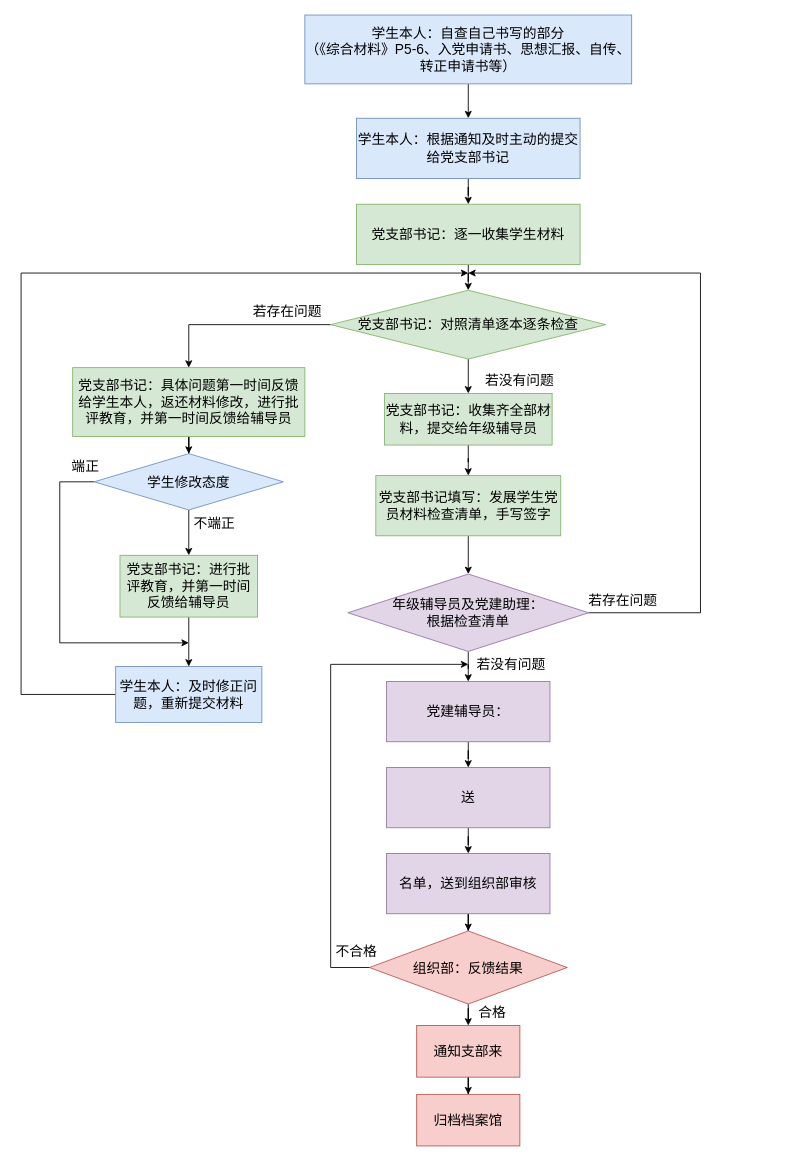
Earlier version of the draw.io diagram republic.drawio (Dong-J93/_pictures). Source tidied: cells renumbered, new cells numbered last; positions are measured from the earlier drawing's top-left corner, leaving out a move shared by most shapes. Both pictures are drawn from the tidied source at 86%, with x=0, y=0 at pixel (21, 15).
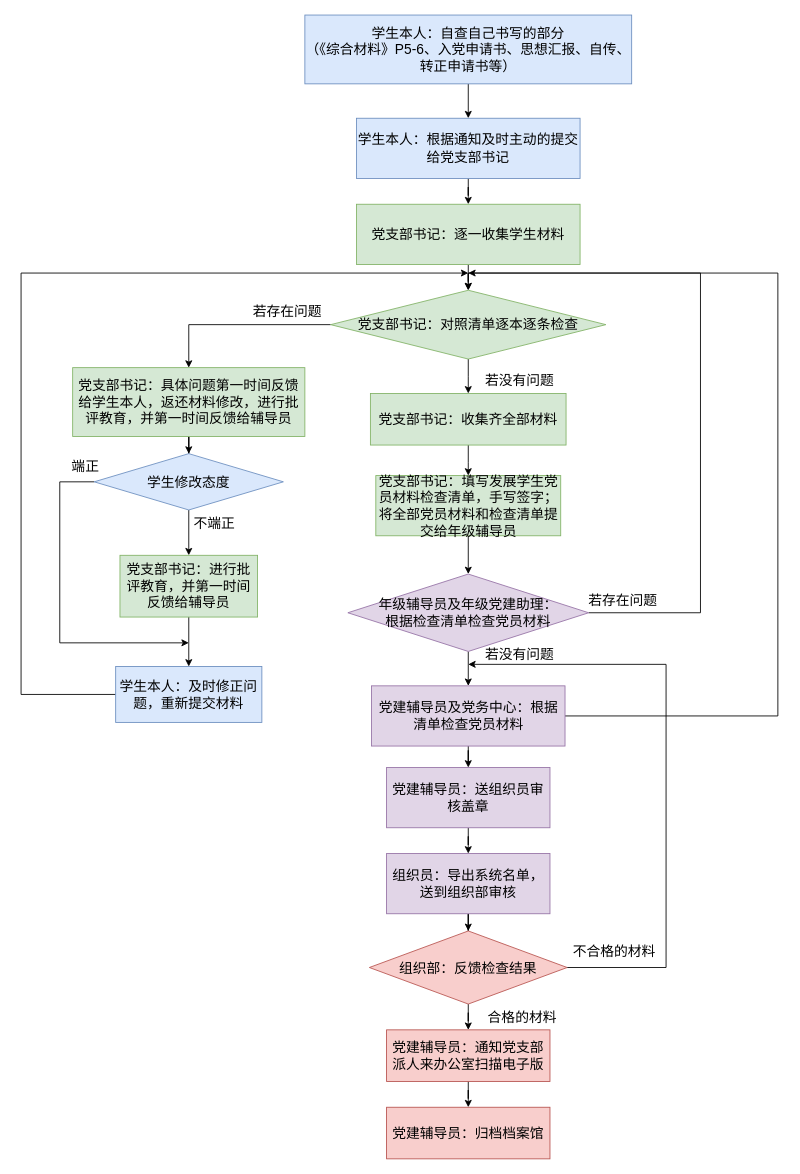
Above is the later version.

Unchanged cells that the change refers to:
```xml
<mxCell id="10" value="&lt;font style=&quot;font-size: 16px;&quot;&gt;党支部书记：对照清单逐本逐条检查&lt;/font&gt;" style="rhombus;whiteSpace=wrap;html=1;fillColor=#d5e8d4;strokeColor=#82b366;rounded=0;" parent="1" vertex="1">
  <mxGeometry x="360" y="320" width="320" height="80" as="geometry" />
</mxCell>
```

The edit, as a diff of the source:
```diff
@@
-    <mxCell id="13" value="&lt;font style=&quot;font-size: 16px;&quot;&gt;党支部书记：收集齐全部材料，提交给年级辅导员&lt;/font&gt;" style="whiteSpace=wrap;html=1;fillColor=#d5e8d4;strokeColor=#82b366;rounded=0;" parent="1" vertex="1">
-      <mxGeometry x="422.5" y="440" width="195" height="60" as="geometry" />
+    <mxCell id="13" value="&lt;font style=&quot;font-size: 16px;&quot;&gt;党支部书记：收集齐全部材料&lt;/font&gt;" style="whiteSpace=wrap;html=1;fillColor=#d5e8d4;strokeColor=#82b366;rounded=0;" parent="1" vertex="1">
+      <mxGeometry x="406.2" y="440" width="227.5" height="60" as="geometry" />
     </mxCell>
@@
-    <mxCell id="15" value="&lt;font style=&quot;font-size: 16px;&quot;&gt;党支部书记填写：发展学生党员材料检查清单，手写签字&lt;/font&gt;" style="whiteSpace=wrap;html=1;fillColor=#d5e8d4;strokeColor=#82b366;rounded=0;" parent="1" vertex="1">
+    <mxCell id="15" value="&lt;font style=&quot;font-size: 16px;&quot;&gt;党支部书记：填写发展学生党员材料检查清单，手写签字；将全部党员材料和检查清单提交给年级辅导员&lt;/font&gt;" style="whiteSpace=wrap;html=1;fillColor=#d5e8d4;strokeColor=#82b366;rounded=0;" parent="1" vertex="1">
       <mxGeometry x="412.5" y="535.5" width="215" height="70" as="geometry" />
     </mxCell>
@@
-    <mxCell id="17" style="edgeStyle=orthogonalEdgeStyle;rounded=0;jettySize=auto;html=1;exitX=1;exitY=0.5;exitDx=0;exitDy=0;" parent="1" edge="1" source="18">
+    <mxCell id="17" style="edgeStyle=orthogonalEdgeStyle;rounded=0;jettySize=auto;html=1;exitX=1;exitY=0.5;exitDx=0;exitDy=0;entryX=0.5;entryY=0;entryDx=0;entryDy=0;" parent="1" edge="1" source="18" target="10">
       <mxGeometry relative="1" as="geometry">
-        <mxPoint x="520" y="300" as="targetPoint" />
         <Array as="points">
           <mxPoint x="790" y="695" />
           <mxPoint x="790" y="300" />
+          <mxPoint x="520" y="300" />
         </Array>
       </mxGeometry>
     </mxCell>
-    <mxCell id="18" value="&lt;font style=&quot;font-size: 16px;&quot;&gt;年级辅导员及党建助理：&lt;br&gt;根据检查清单&lt;/font&gt;" style="rhombus;whiteSpace=wrap;html=1;fillColor=#e1d5e7;strokeColor=#9673a6;rounded=0;" parent="1" vertex="1">
+    <mxCell id="18" value="&lt;font style=&quot;font-size: 16px;&quot;&gt;年级辅导员及年级党建助理：&lt;br&gt;根据检查清单检查党员材料&lt;/font&gt;" style="rhombus;whiteSpace=wrap;html=1;fillColor=#e1d5e7;strokeColor=#9673a6;rounded=0;" parent="1" vertex="1">
       <mxGeometry x="380" y="650" width="280" height="90" as="geometry" />
     </mxCell>
@@
+    <mxCell id="47" style="edgeStyle=orthogonalEdgeStyle;rounded=0;jettySize=auto;html=1;exitX=1;exitY=0.5;exitDx=0;exitDy=0;" parent="1" edge="1" source="20">
+      <mxGeometry relative="1" as="geometry">
+        <mxPoint x="520" y="300" as="targetPoint" />
+        <Array as="points">
+          <mxPoint x="880" y="815" />
+          <mxPoint x="880" y="300" />
+        </Array>
+      </mxGeometry>
+    </mxCell>
-    <mxCell id="20" value="&lt;font style=&quot;font-size: 16px;&quot;&gt;党建辅导员：&lt;/font&gt;" style="whiteSpace=wrap;html=1;fillColor=#e1d5e7;strokeColor=#9673a6;rounded=0;" parent="1" vertex="1">
-      <mxGeometry x="425" y="775" width="190" height="70" as="geometry" />
+    <mxCell id="20" value="&lt;font style=&quot;font-size: 16px;&quot;&gt;党建辅导员及党务中心：根据清单检查党员材料&lt;/font&gt;" style="whiteSpace=wrap;html=1;fillColor=#e1d5e7;strokeColor=#9673a6;rounded=0;" parent="1" vertex="1">
+      <mxGeometry x="407.5" y="780" width="225" height="70" as="geometry" />
     </mxCell>
     <mxCell id="21" value="&lt;font style=&quot;font-size: 16px;&quot;&gt;若没有问题&lt;/font&gt;" style="text;html=1;strokeColor=none;fillColor=none;align=center;verticalAlign=middle;whiteSpace=wrap;rounded=0;" parent="1" vertex="1">
-      <mxGeometry x="520" y="740" width="100" height="30" as="geometry" />
+      <mxGeometry x="530" y="727.5" width="100" height="30" as="geometry" />
     </mxCell>
@@
-    <mxCell id="29" value="&lt;font style=&quot;font-size: 16px;&quot;&gt;送&lt;/font&gt;" style="whiteSpace=wrap;html=1;fillColor=#e1d5e7;strokeColor=#9673a6;rounded=0;" parent="1" vertex="1">
+    <mxCell id="29" value="&lt;font style=&quot;font-size: 16px;&quot;&gt;党建辅导员：送组织员审核盖章&lt;/font&gt;" style="whiteSpace=wrap;html=1;fillColor=#e1d5e7;strokeColor=#9673a6;rounded=0;" parent="1" vertex="1">
       <mxGeometry x="425" y="875" width="190" height="70" as="geometry" />
     </mxCell>
@@
-    <mxCell id="31" value="&lt;font style=&quot;font-size: 16px;&quot;&gt;名单，送到组织部审核&lt;/font&gt;" style="whiteSpace=wrap;html=1;fillColor=#e1d5e7;strokeColor=#9673a6;rounded=0;" parent="1" vertex="1">
+    <mxCell id="31" value="&lt;font style=&quot;font-size: 16px;&quot;&gt;组织员：导出系统名单，送到组织部审核&lt;/font&gt;" style="whiteSpace=wrap;html=1;fillColor=#e1d5e7;strokeColor=#9673a6;rounded=0;" parent="1" vertex="1">
       <mxGeometry x="425" y="975" width="190" height="70" as="geometry" />
     </mxCell>
@@
     <mxCell id="33" style="edgeStyle=orthogonalEdgeStyle;rounded=0;jettySize=auto;html=1;exitX=1;exitY=0.5;exitDx=0;exitDy=0;" parent="1" edge="1" source="34">
       <mxGeometry relative="1" as="geometry">
         <mxPoint x="520" y="755" as="targetPoint" />
         <Array as="points">
-          <mxPoint x="360" y="1108" />
-          <mxPoint x="360" y="755" />
-          <mxPoint x="520" y="755" />
+          <mxPoint x="750" y="1108" />
+          <mxPoint x="750" y="755" />
         </Array>
       </mxGeometry>
     </mxCell>
-    <mxCell id="34" value="&lt;font style=&quot;font-size: 16px;&quot;&gt;组织部：反馈结果&lt;/font&gt;" style="rhombus;whiteSpace=wrap;html=1;fillColor=#f8cecc;strokeColor=#b85450;rounded=0;" parent="1" vertex="1">
+    <mxCell id="34" value="&lt;font style=&quot;font-size: 16px;&quot;&gt;组织部：反馈检查结果&lt;/font&gt;" style="rhombus;whiteSpace=wrap;html=1;fillColor=#f8cecc;strokeColor=#b85450;rounded=0;" parent="1" vertex="1">
       <mxGeometry x="405" y="1065" width="230" height="85" as="geometry" />
     </mxCell>
@@
-    <mxCell id="36" value="&lt;font style=&quot;font-size: 16px;&quot;&gt;通知支部来&lt;/font&gt;" style="whiteSpace=wrap;html=1;fillColor=#f8cecc;strokeColor=#b85450;rounded=0;" parent="1" vertex="1">
-      <mxGeometry x="460" y="1175" width="120" height="60" as="geometry" />
+    <mxCell id="36" value="&lt;font style=&quot;font-size: 16px;&quot;&gt;党建辅导员：通知党支部派人来办公室扫描电子版&lt;/font&gt;" style="whiteSpace=wrap;html=1;fillColor=#f8cecc;strokeColor=#b85450;rounded=0;" parent="1" vertex="1">
+      <mxGeometry x="425" y="1180" width="190" height="60" as="geometry" />
     </mxCell>
-    <mxCell id="37" value="&lt;font style=&quot;font-size: 16px;&quot;&gt;归档档案馆&lt;/font&gt;" style="whiteSpace=wrap;html=1;fillColor=#f8cecc;strokeColor=#b85450;rounded=0;" parent="1" vertex="1">
-      <mxGeometry x="460" y="1255" width="120" height="60" as="geometry" />
+    <mxCell id="37" value="&lt;font style=&quot;font-size: 16px;&quot;&gt;党建辅导员：归档档案馆&lt;/font&gt;" style="whiteSpace=wrap;html=1;fillColor=#f8cecc;strokeColor=#b85450;rounded=0;" parent="1" vertex="1">
+      <mxGeometry x="425" y="1270" width="190" height="60" as="geometry" />
     </mxCell>
-    <mxCell id="38" value="&lt;span style=&quot;font-size: 16px;&quot;&gt;合格&lt;/span&gt;" style="text;html=1;strokeColor=none;fillColor=none;align=center;verticalAlign=middle;whiteSpace=wrap;rounded=0;" parent="1" vertex="1">
-      <mxGeometry x="497.5" y="1145" width="100" height="30" as="geometry" />
+    <mxCell id="38" value="&lt;span style=&quot;font-size: 16px;&quot;&gt;合格的材料&lt;/span&gt;" style="text;html=1;strokeColor=none;fillColor=none;align=center;verticalAlign=middle;whiteSpace=wrap;rounded=0;" parent="1" vertex="1">
+      <mxGeometry x="532.5" y="1150" width="100" height="30" as="geometry" />
     </mxCell>
-    <mxCell id="39" value="&lt;span style=&quot;font-size: 16px;&quot;&gt;不合格&lt;/span&gt;" style="text;html=1;strokeColor=none;fillColor=none;align=center;verticalAlign=middle;whiteSpace=wrap;rounded=0;" parent="1" vertex="1">
-      <mxGeometry x="340" y="1074" width="100" height="30" as="geometry" />
+    <mxCell id="39" value="&lt;span style=&quot;font-size: 16px;&quot;&gt;不合格的材料&lt;/span&gt;" style="text;html=1;strokeColor=none;fillColor=none;align=center;verticalAlign=middle;whiteSpace=wrap;rounded=0;" parent="1" vertex="1">
+      <mxGeometry x="640" y="1074" width="100" height="30" as="geometry" />
     </mxCell>
```
